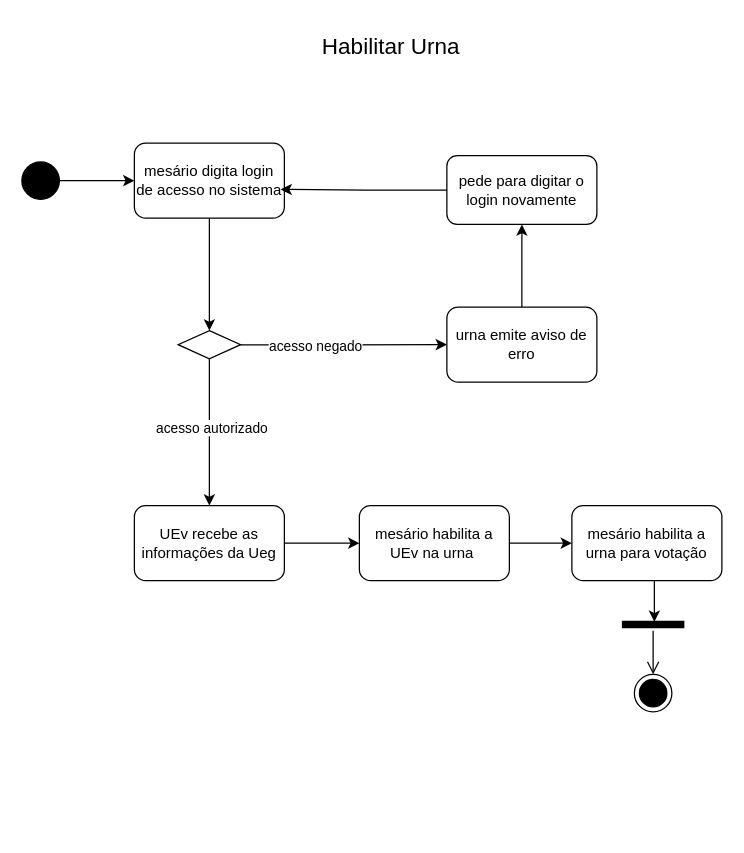
Earlier version of the draw.io diagram Diagrama de Atividade/atividades_habilitar_urna.drawio (Cabral100/Projeto_Votacao_Eletronica). Source tidied: cells renumbered, new cells numbered last; positions are measured from the earlier drawing's top-left corner, leaving out a move shared by most shapes. Both pictures are drawn from the tidied source at 125%, with x=0, y=0 at pixel (21, 21).
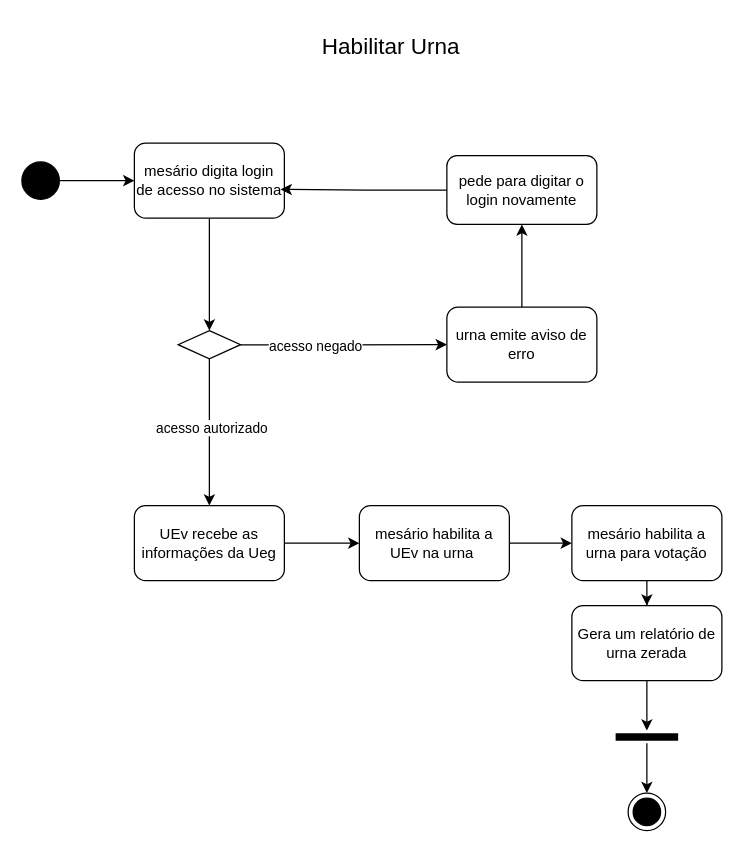
The same page after the edit.

Commit message (it also covers changes not shown here):
atualizando o diagrama de atividades

Unchanged cells that the change refers to:
```xml
<mxCell id="20" value="mesário habilita a urna para votação" style="rounded=1;whiteSpace=wrap;html=1;" parent="1" vertex="1">
  <mxGeometry x="440" y="387" width="120" height="60" as="geometry" />
</mxCell>
```

Change to the diagram source:
```diff
@@
+    <mxCell id="25" style="edgeStyle=orthogonalEdgeStyle;rounded=0;jettySize=auto;html=1;" parent="1" edge="1" source="20" target="26">
+      <mxGeometry relative="1" as="geometry" />
+    </mxCell>
@@
+    <mxCell id="22" style="edgeStyle=orthogonalEdgeStyle;rounded=0;jettySize=auto;html=1;entryX=0.5;entryY=0;entryDx=0;entryDy=0;" parent="1" edge="1" source="21" target="24">
+      <mxGeometry relative="1" as="geometry" />
+    </mxCell>
     <mxCell id="21" style="shape=line;html=1;strokeWidth=6;strokeColor=#000000;" parent="1" vertex="1">
-      <mxGeometry x="480" y="477" width="50" height="10" as="geometry" />
+      <mxGeometry x="475" y="567" width="50" height="10" as="geometry" />
     </mxCell>
-    <mxCell id="22" style="edgeStyle=orthogonalEdgeStyle;html=1;verticalAlign=bottom;endArrow=open;endSize=8;strokeColor=#000000;rounded=0;fontColor=default;entryX=0.5;entryY=0;entryDx=0;entryDy=0;" parent="1" edge="1" source="21" target="24">
-      <mxGeometry relative="1" as="geometry" />
-    </mxCell>
-    <mxCell id="23" style="edgeStyle=orthogonalEdgeStyle;rounded=0;jettySize=auto;html=1;entryX=0.52;entryY=0.3;entryDx=0;entryDy=0;entryPerimeter=0;" parent="1" edge="1" source="20" target="21">
-      <mxGeometry relative="1" as="geometry">
-        <Array as="points">
-          <mxPoint x="506" y="467" />
-          <mxPoint x="506" y="467" />
-        </Array>
-      </mxGeometry>
-    </mxCell>
     <mxCell id="24" style="ellipse;html=1;shape=endState;fillColor=strokeColor;" parent="1" vertex="1">
-      <mxGeometry x="490" y="522" width="30" height="30" as="geometry" />
+      <mxGeometry x="485" y="617" width="30" height="30" as="geometry" />
     </mxCell>
+    <mxCell id="26" value="Gera um relatório de urna zerada" style="rounded=1;whiteSpace=wrap;html=1;" parent="1" vertex="1">
+      <mxGeometry x="440" y="467" width="120" height="60" as="geometry" />
+    </mxCell>
+    <mxCell id="27" style="edgeStyle=orthogonalEdgeStyle;rounded=0;jettySize=auto;html=1;entryX=0.5;entryY=0;entryDx=0;entryDy=0;entryPerimeter=0;" parent="1" edge="1" source="26" target="21">
+      <mxGeometry relative="1" as="geometry" />
+    </mxCell>
```
